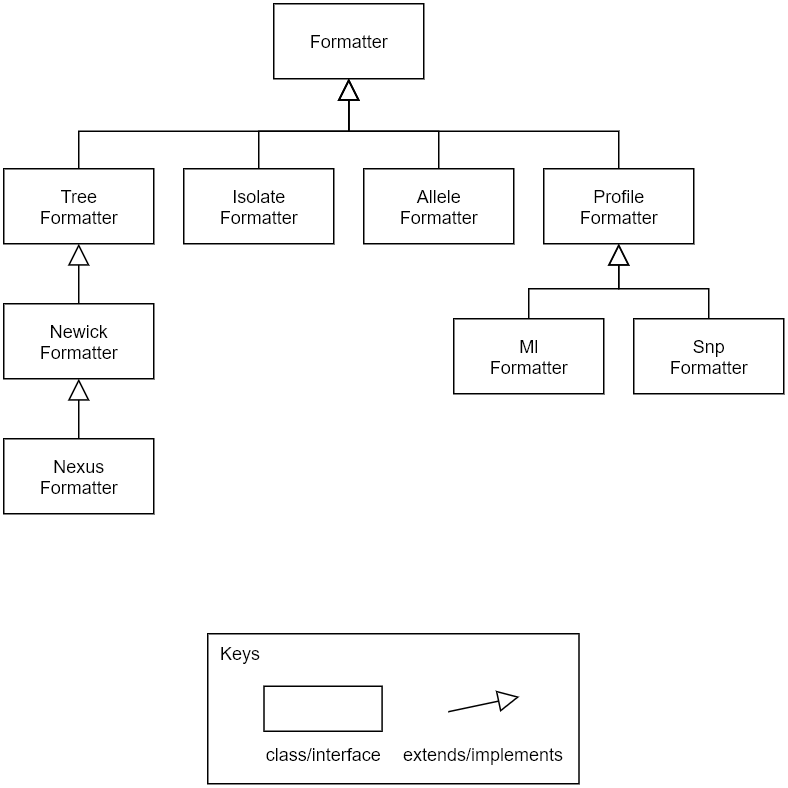
Before: wiki/images/phylodb-generalization-formatters.png, a diagram exported from draw.io (phyloviz/phyloDB). Source tidied: cells renumbered, new cells last; positions are measured from the earlier drawing's top-left corner, leaving out a move shared by most shapes. Its diagram source:
```xml
<mxGraphModel>
  <root>
    <mxCell id="0" />
    <mxCell id="1" parent="0" />
    <mxCell id="2" value="Formatter" style="html=1;" parent="1" vertex="1">
      <mxGeometry x="180" width="100" height="50" as="geometry" />
    </mxCell>
    <mxCell id="3" style="edgeStyle=orthogonalEdgeStyle;rounded=0;jettySize=auto;html=1;exitX=0.5;exitY=0;exitDx=0;exitDy=0;entryX=0.5;entryY=1;entryDx=0;entryDy=0;endArrow=block;endFill=0;endSize=12;" parent="1" edge="1" source="4" target="2">
      <mxGeometry relative="1" as="geometry" />
    </mxCell>
    <mxCell id="4" value="Tree&lt;br&gt;Formatter" style="html=1;" parent="1" vertex="1">
      <mxGeometry y="110" width="100" height="50" as="geometry" />
    </mxCell>
    <mxCell id="5" style="edgeStyle=orthogonalEdgeStyle;rounded=0;jettySize=auto;html=1;exitX=0.5;exitY=0;exitDx=0;exitDy=0;entryX=0.5;entryY=1;entryDx=0;entryDy=0;endArrow=block;endFill=0;endSize=12;" parent="1" edge="1" source="6" target="2">
      <mxGeometry relative="1" as="geometry" />
    </mxCell>
    <mxCell id="6" value="Profile&lt;br&gt;Formatter" style="html=1;" parent="1" vertex="1">
      <mxGeometry x="360" y="110" width="100" height="50" as="geometry" />
    </mxCell>
    <mxCell id="7" style="edgeStyle=orthogonalEdgeStyle;rounded=0;jettySize=auto;html=1;exitX=0.5;exitY=0;exitDx=0;exitDy=0;entryX=0.5;entryY=1;entryDx=0;entryDy=0;endArrow=block;endFill=0;endSize=12;" parent="1" edge="1" source="8" target="2">
      <mxGeometry relative="1" as="geometry" />
    </mxCell>
    <mxCell id="8" value="Isolate&lt;br&gt;Formatter" style="html=1;" parent="1" vertex="1">
      <mxGeometry x="120" y="110" width="100" height="50" as="geometry" />
    </mxCell>
    <mxCell id="9" style="edgeStyle=orthogonalEdgeStyle;rounded=0;jettySize=auto;html=1;exitX=0.5;exitY=0;exitDx=0;exitDy=0;entryX=0.5;entryY=1;entryDx=0;entryDy=0;endArrow=block;endFill=0;endSize=12;" parent="1" edge="1" source="10" target="2">
      <mxGeometry relative="1" as="geometry" />
    </mxCell>
    <mxCell id="10" value="Allele&lt;br&gt;Formatter" style="html=1;" parent="1" vertex="1">
      <mxGeometry x="240" y="110" width="100" height="50" as="geometry" />
    </mxCell>
    <mxCell id="11" style="edgeStyle=orthogonalEdgeStyle;rounded=0;jettySize=auto;html=1;exitX=0.5;exitY=0;exitDx=0;exitDy=0;entryX=0.5;entryY=1;entryDx=0;entryDy=0;endArrow=block;endFill=0;endSize=12;" parent="1" edge="1" source="12" target="4">
      <mxGeometry relative="1" as="geometry" />
    </mxCell>
    <mxCell id="12" value="Newick&lt;br&gt;Formatter" style="html=1;" parent="1" vertex="1">
      <mxGeometry y="200" width="100" height="50" as="geometry" />
    </mxCell>
    <mxCell id="13" style="edgeStyle=orthogonalEdgeStyle;rounded=0;jettySize=auto;html=1;exitX=0.5;exitY=0;exitDx=0;exitDy=0;entryX=0.5;entryY=1;entryDx=0;entryDy=0;endArrow=block;endFill=0;endSize=12;" parent="1" edge="1" source="14" target="12">
      <mxGeometry relative="1" as="geometry" />
    </mxCell>
    <mxCell id="14" value="Nexus&lt;br&gt;Formatter" style="html=1;" parent="1" vertex="1">
      <mxGeometry y="290" width="100" height="50" as="geometry" />
    </mxCell>
    <mxCell id="15" style="edgeStyle=orthogonalEdgeStyle;rounded=0;jettySize=auto;html=1;exitX=0.5;exitY=0;exitDx=0;exitDy=0;entryX=0.5;entryY=1;entryDx=0;entryDy=0;endArrow=block;endFill=0;endSize=12;" parent="1" edge="1" source="16" target="6">
      <mxGeometry relative="1" as="geometry" />
    </mxCell>
    <mxCell id="16" value="Ml&lt;br&gt;Formatter" style="html=1;" parent="1" vertex="1">
      <mxGeometry x="300" y="210" width="100" height="50" as="geometry" />
    </mxCell>
    <mxCell id="17" style="edgeStyle=orthogonalEdgeStyle;rounded=0;jettySize=auto;html=1;exitX=0.5;exitY=0;exitDx=0;exitDy=0;entryX=0.5;entryY=1;entryDx=0;entryDy=0;endArrow=block;endFill=0;endSize=12;" parent="1" edge="1" source="18" target="6">
      <mxGeometry relative="1" as="geometry" />
    </mxCell>
    <mxCell id="18" value="Snp&lt;br&gt;Formatter" style="html=1;" parent="1" vertex="1">
      <mxGeometry x="420" y="210" width="100" height="50" as="geometry" />
    </mxCell>
    <mxCell id="19" style="group;" parent="1" vertex="1">
      <mxGeometry x="136" y="420" width="247.5" height="100" as="geometry" />
    </mxCell>
    <mxCell id="20" value="&amp;nbsp; Keys" style="rounded=0;whiteSpace=wrap;html=1;align=left;verticalAlign=top;" parent="19" vertex="1">
      <mxGeometry width="247.5" height="100" as="geometry" />
    </mxCell>
    <mxCell id="21" style="endArrow=block;html=1;exitX=1;exitY=0.5;exitDx=0;exitDy=0;startArrow=none;startFill=0;endFill=0;endSize=12;" parent="19" edge="1">
      <mxGeometry relative="1" as="geometry">
        <mxPoint x="160.3" y="52" as="sourcePoint" />
        <mxPoint x="207.7" y="42" as="targetPoint" />
      </mxGeometry>
    </mxCell>
    <mxCell id="22" value="extends/implements" style="text;html=1;strokeColor=none;fillColor=none;align=center;verticalAlign=middle;whiteSpace=wrap;rounded=0;" parent="19" vertex="1">
      <mxGeometry x="139" y="70" width="89.5" height="20" as="geometry" />
    </mxCell>
    <mxCell id="23" value="class/interface" style="text;html=1;strokeColor=none;fillColor=none;align=center;verticalAlign=middle;whiteSpace=wrap;rounded=0;" parent="19" vertex="1">
      <mxGeometry x="45.5" y="70" width="62.7" height="20" as="geometry" />
    </mxCell>
    <mxCell id="24" style="rounded=0;whiteSpace=wrap;html=1;" parent="19" vertex="1">
      <mxGeometry x="37.5" y="35" width="78.7" height="30" as="geometry" />
    </mxCell>
  </root>
</mxGraphModel>
```
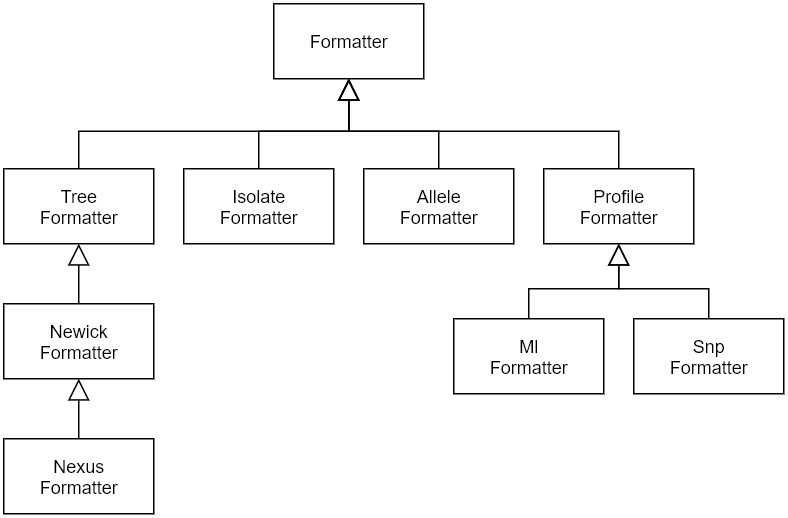
Above is the later version.

What changed in the source:
```diff
@@ -53,26 +53,5 @@
     <mxCell id="18" value="Snp&lt;br&gt;Formatter" style="html=1;" parent="1" vertex="1">
       <mxGeometry x="420" y="210" width="100" height="50" as="geometry" />
     </mxCell>
-    <mxCell id="19" style="group;" parent="1" vertex="1">
-      <mxGeometry x="136" y="420" width="247.5" height="100" as="geometry" />
-    </mxCell>
-    <mxCell id="20" value="&amp;nbsp; Keys" style="rounded=0;whiteSpace=wrap;html=1;align=left;verticalAlign=top;" parent="19" vertex="1">
-      <mxGeometry width="247.5" height="100" as="geometry" />
-    </mxCell>
-    <mxCell id="21" style="endArrow=block;html=1;exitX=1;exitY=0.5;exitDx=0;exitDy=0;startArrow=none;startFill=0;endFill=0;endSize=12;" parent="19" edge="1">
-      <mxGeometry relative="1" as="geometry">
-        <mxPoint x="160.3" y="52" as="sourcePoint" />
-        <mxPoint x="207.7" y="42" as="targetPoint" />
-      </mxGeometry>
-    </mxCell>
-    <mxCell id="22" value="extends/implements" style="text;html=1;strokeColor=none;fillColor=none;align=center;verticalAlign=middle;whiteSpace=wrap;rounded=0;" parent="19" vertex="1">
-      <mxGeometry x="139" y="70" width="89.5" height="20" as="geometry" />
-    </mxCell>
-    <mxCell id="23" value="class/interface" style="text;html=1;strokeColor=none;fillColor=none;align=center;verticalAlign=middle;whiteSpace=wrap;rounded=0;" parent="19" vertex="1">
-      <mxGeometry x="45.5" y="70" width="62.7" height="20" as="geometry" />
-    </mxCell>
-    <mxCell id="24" style="rounded=0;whiteSpace=wrap;html=1;" parent="19" vertex="1">
-      <mxGeometry x="37.5" y="35" width="78.7" height="30" as="geometry" />
-    </mxCell>
   </root>
 </mxGraphModel>
```
